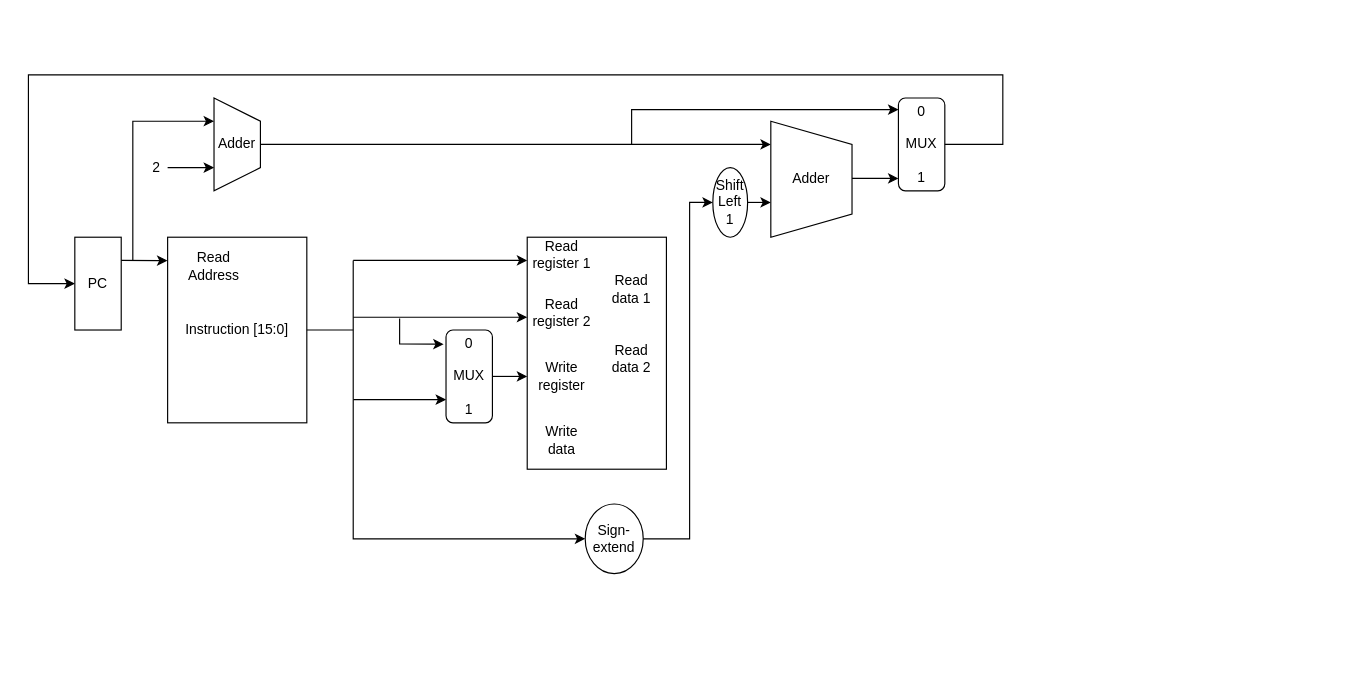
Above: WISC-SP22.drawio in joshmeiyb/draw.io (draw.io), before the change. Source tidied: cells renumbered, new cells numbered last; positions are measured from the earlier drawing's top-left corner, leaving out a move shared by most shapes. Both pictures are drawn from the tidied source at 116%, with x=0, y=0 at pixel (28, 74).
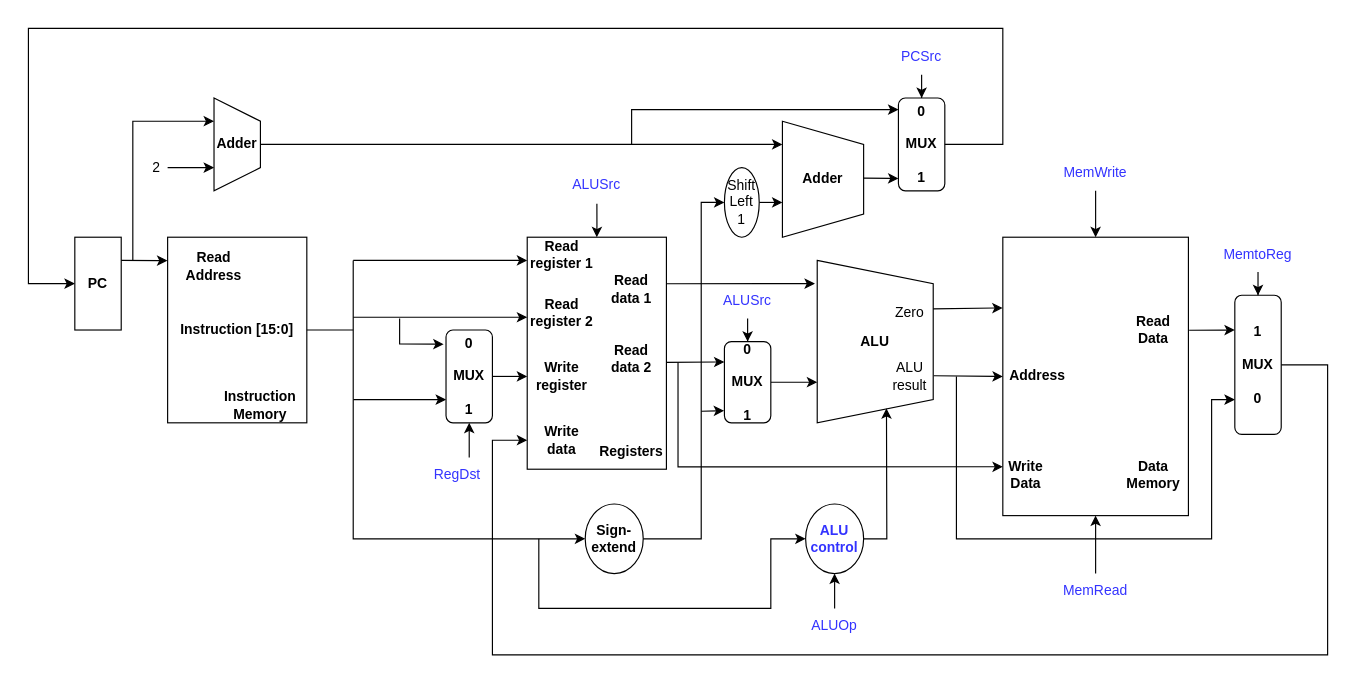
The same page after the edit.

What changed in the source:
```diff
@@
-    <mxCell id="2" value="PC" style="rounded=0;whiteSpace=wrap;html=1;" parent="1" vertex="1">
+    <mxCell id="2" value="&lt;b&gt;PC&lt;/b&gt;" style="rounded=0;whiteSpace=wrap;html=1;" parent="1" vertex="1">
       <mxGeometry x="40" y="140" width="40" height="80" as="geometry" />
     </mxCell>
-    <mxCell id="3" value="Instruction [15:0]" style="rounded=0;whiteSpace=wrap;html=1;" parent="1" vertex="1">
+    <mxCell id="3" value="&lt;b&gt;Instruction [15:0]&lt;/b&gt;" style="rounded=0;whiteSpace=wrap;html=1;" parent="1" vertex="1">
       <mxGeometry x="120" y="140" width="120" height="160" as="geometry" />
     </mxCell>
-    <mxCell id="4" value="Read Address" style="text;html=1;strokeColor=none;fillColor=none;align=center;verticalAlign=middle;whiteSpace=wrap;rounded=0;" parent="1" vertex="1">
+    <mxCell id="4" value="&lt;b&gt;Read Address&lt;/b&gt;" style="text;html=1;strokeColor=none;fillColor=none;align=center;verticalAlign=middle;whiteSpace=wrap;rounded=0;" parent="1" vertex="1">
       <mxGeometry x="130" y="150" width="60" height="30" as="geometry" />
     </mxCell>
@@
-    <mxCell id="6" value="Adder" style="shape=trapezoid;perimeter=trapezoidPerimeter;whiteSpace=wrap;html=1;fixedSize=1;direction=south;" parent="1" vertex="1">
+    <mxCell id="6" value="&lt;b&gt;Adder&lt;/b&gt;" style="shape=trapezoid;perimeter=trapezoidPerimeter;whiteSpace=wrap;html=1;fixedSize=1;direction=south;" parent="1" vertex="1">
       <mxGeometry x="160" y="20" width="40" height="80" as="geometry" />
     </mxCell>
@@
-    <mxCell id="9" style="endArrow=classic;html=1;rounded=0;exitX=0.5;exitY=0;exitDx=0;exitDy=0;" parent="1" edge="1" source="6">
-      <mxGeometry relative="1" as="geometry">
-        <mxPoint x="640" y="60" as="targetPoint" />
-      </mxGeometry>
+    <mxCell id="9" style="endArrow=classic;html=1;rounded=0;exitX=0.5;exitY=0;exitDx=0;exitDy=0;entryX=0.2;entryY=1;entryDx=0;entryDy=0;entryPerimeter=0;" parent="1" edge="1" source="6" target="10">
+      <mxGeometry relative="1" as="geometry" />
     </mxCell>
-    <mxCell id="10" value="Adder" style="shape=trapezoid;perimeter=trapezoidPerimeter;whiteSpace=wrap;html=1;fixedSize=1;direction=south;" parent="1" vertex="1">
-      <mxGeometry x="640" y="40" width="70" height="100" as="geometry" />
+    <mxCell id="10" value="&lt;b&gt;Adder&lt;/b&gt;" style="shape=trapezoid;perimeter=trapezoidPerimeter;whiteSpace=wrap;html=1;fixedSize=1;direction=south;" parent="1" vertex="1">
+      <mxGeometry x="650" y="40" width="70" height="100" as="geometry" />
     </mxCell>
-    <mxCell id="11" style="edgeStyle=orthogonalEdgeStyle;rounded=0;jettySize=auto;html=1;" parent="1" edge="1" source="12">
+    <mxCell id="11" style="edgeStyle=orthogonalEdgeStyle;rounded=0;jettySize=auto;html=1;entryX=0.7;entryY=1;entryDx=0;entryDy=0;entryPerimeter=0;" parent="1" edge="1" target="10">
       <mxGeometry relative="1" as="geometry">
-        <mxPoint x="640" y="110" as="targetPoint" />
-        <Array as="points">
-          <mxPoint x="640" y="110" />
-        </Array>
+        <mxPoint x="630" y="110" as="sourcePoint" />
       </mxGeometry>
     </mxCell>
     <mxCell id="12" value="Shift&lt;br&gt;Left 1" style="ellipse;whiteSpace=wrap;html=1;" parent="1" vertex="1">
-      <mxGeometry x="590" y="80" width="30" height="60" as="geometry" />
+      <mxGeometry x="600" y="80" width="30" height="60" as="geometry" />
     </mxCell>
@@
-    <mxCell id="15" value="0&lt;br&gt;&lt;br&gt;MUX&lt;br&gt;&lt;br&gt;1" style="rounded=1;whiteSpace=wrap;html=1;" parent="1" vertex="1">
+    <mxCell id="15" value="&lt;b&gt;0&lt;br&gt;&lt;br&gt;MUX&lt;br&gt;&lt;br&gt;1&lt;/b&gt;" style="rounded=1;whiteSpace=wrap;html=1;" parent="1" vertex="1">
       <mxGeometry x="360" y="220" width="40" height="80" as="geometry" />
     </mxCell>
-    <mxCell id="16" value="Read&lt;br&gt;register 1" style="text;html=1;strokeColor=none;fillColor=none;align=center;verticalAlign=middle;whiteSpace=wrap;rounded=0;" parent="1" vertex="1">
+    <mxCell id="16" value="&lt;b&gt;Read&lt;br&gt;register 1&lt;/b&gt;" style="text;html=1;strokeColor=none;fillColor=none;align=center;verticalAlign=middle;whiteSpace=wrap;rounded=0;" parent="1" vertex="1">
       <mxGeometry x="430" y="140" width="60" height="30" as="geometry" />
     </mxCell>
-    <mxCell id="17" value="Read&lt;br&gt;register 2" style="text;html=1;strokeColor=none;fillColor=none;align=center;verticalAlign=middle;whiteSpace=wrap;rounded=0;" parent="1" vertex="1">
+    <mxCell id="17" value="&lt;b&gt;Read&lt;br&gt;register 2&lt;/b&gt;" style="text;html=1;strokeColor=none;fillColor=none;align=center;verticalAlign=middle;whiteSpace=wrap;rounded=0;" parent="1" vertex="1">
       <mxGeometry x="430" y="190" width="60" height="30" as="geometry" />
     </mxCell>
-    <mxCell id="18" value="Write&lt;br&gt;register" style="text;html=1;strokeColor=none;fillColor=none;align=center;verticalAlign=middle;whiteSpace=wrap;rounded=0;" parent="1" vertex="1">
+    <mxCell id="18" value="&lt;b&gt;Write&lt;br&gt;register&lt;/b&gt;" style="text;html=1;strokeColor=none;fillColor=none;align=center;verticalAlign=middle;whiteSpace=wrap;rounded=0;" parent="1" vertex="1">
       <mxGeometry x="430" y="245" width="60" height="30" as="geometry" />
     </mxCell>
-    <mxCell id="19" value="Write&lt;br&gt;data" style="text;html=1;strokeColor=none;fillColor=none;align=center;verticalAlign=middle;whiteSpace=wrap;rounded=0;" parent="1" vertex="1">
+    <mxCell id="19" value="&lt;b&gt;Write&lt;br&gt;data&lt;/b&gt;" style="text;html=1;strokeColor=none;fillColor=none;align=center;verticalAlign=middle;whiteSpace=wrap;rounded=0;" parent="1" vertex="1">
       <mxGeometry x="430" y="300" width="60" height="30" as="geometry" />
     </mxCell>
-    <mxCell id="20" value="Read&lt;br&gt;data 1" style="text;html=1;strokeColor=none;fillColor=none;align=center;verticalAlign=middle;whiteSpace=wrap;rounded=0;" parent="1" vertex="1">
+    <mxCell id="20" value="&lt;b&gt;Read&lt;br&gt;data 1&lt;/b&gt;" style="text;html=1;strokeColor=none;fillColor=none;align=center;verticalAlign=middle;whiteSpace=wrap;rounded=0;" parent="1" vertex="1">
       <mxGeometry x="490" y="170" width="60" height="30" as="geometry" />
     </mxCell>
-    <mxCell id="21" value="Read&lt;br&gt;data 2" style="text;html=1;strokeColor=none;fillColor=none;align=center;verticalAlign=middle;whiteSpace=wrap;rounded=0;" parent="1" vertex="1">
+    <mxCell id="21" value="&lt;b&gt;Read&lt;br&gt;data 2&lt;/b&gt;" style="text;html=1;strokeColor=none;fillColor=none;align=center;verticalAlign=middle;whiteSpace=wrap;rounded=0;" parent="1" vertex="1">
       <mxGeometry x="490" y="230" width="60" height="30" as="geometry" />
     </mxCell>
@@
-    <mxCell id="27" value="0&lt;br&gt;&lt;br&gt;MUX&lt;br&gt;&lt;br&gt;1" style="rounded=1;whiteSpace=wrap;html=1;" parent="1" vertex="1">
+    <mxCell id="27" value="&lt;b&gt;0&lt;br&gt;&lt;br&gt;MUX&lt;br&gt;&lt;br&gt;1&lt;/b&gt;" style="rounded=1;whiteSpace=wrap;html=1;" parent="1" vertex="1">
       <mxGeometry x="750" y="20" width="40" height="80" as="geometry" />
     </mxCell>
     <mxCell id="28" style="endArrow=classic;html=1;rounded=0;entryX=0.75;entryY=1;entryDx=0;entryDy=0;" parent="1" edge="1">
       <mxGeometry relative="1" as="geometry">
-        <mxPoint x="710" y="89.3" as="sourcePoint" />
+        <mxPoint x="720" y="89" as="sourcePoint" />
         <mxPoint x="750" y="89.3" as="targetPoint" />
       </mxGeometry>
     </mxCell>
@@
     <mxCell id="30" style="endArrow=classic;html=1;rounded=0;entryX=0;entryY=0.5;entryDx=0;entryDy=0;exitX=1;exitY=0.5;exitDx=0;exitDy=0;" parent="1" edge="1" source="27" target="2">
       <mxGeometry relative="1" as="geometry">
         <Array as="points">
           <mxPoint x="840" y="60" />
-          <mxPoint x="840" />
-          <mxPoint />
+          <mxPoint x="840" y="-40" />
+          <mxPoint y="-40" />
           <mxPoint y="180" />
         </Array>
       </mxGeometry>
     </mxCell>
-    <mxCell id="31" value="Sign-extend" style="ellipse;whiteSpace=wrap;html=1;" parent="1" vertex="1">
+    <mxCell id="31" value="&lt;b&gt;Sign-extend&lt;/b&gt;" style="ellipse;whiteSpace=wrap;html=1;" parent="1" vertex="1">
       <mxGeometry x="480" y="370" width="50" height="60" as="geometry" />
     </mxCell>
@@
     <mxCell id="35" style="endArrow=classic;html=1;rounded=0;exitX=1;exitY=0.5;exitDx=0;exitDy=0;entryX=0;entryY=0.5;entryDx=0;entryDy=0;" parent="1" edge="1" source="31" target="12">
       <mxGeometry relative="1" as="geometry">
         <Array as="points">
-          <mxPoint x="570" y="400" />
-          <mxPoint x="570" y="260" />
-          <mxPoint x="570" y="110" />
+          <mxPoint x="580" y="400" />
+          <mxPoint x="580" y="260" />
+          <mxPoint x="580" y="110" />
         </Array>
       </mxGeometry>
     </mxCell>
+    <mxCell id="36" style="edgeStyle=orthogonalEdgeStyle;rounded=0;jettySize=auto;html=1;" parent="1" edge="1" source="37" target="38">
+      <mxGeometry relative="1" as="geometry">
+        <Array as="points">
+          <mxPoint x="670" y="265" />
+          <mxPoint x="670" y="265" />
+        </Array>
+      </mxGeometry>
+    </mxCell>
+    <mxCell id="37" value="&lt;b&gt;0&lt;br&gt;&lt;br&gt;MUX&lt;br&gt;&lt;br&gt;1&lt;/b&gt;" style="rounded=1;whiteSpace=wrap;html=1;" parent="1" vertex="1">
+      <mxGeometry x="600" y="230" width="40" height="70" as="geometry" />
+    </mxCell>
+    <mxCell id="38" value="&lt;b&gt;ALU&lt;/b&gt;" style="shape=trapezoid;perimeter=trapezoidPerimeter;whiteSpace=wrap;html=1;fixedSize=1;direction=south;" parent="1" vertex="1">
+      <mxGeometry x="680" y="160" width="100" height="140" as="geometry" />
+    </mxCell>
+    <mxCell id="39" style="endArrow=classic;html=1;rounded=0;exitX=1.006;exitY=0.303;exitDx=0;exitDy=0;exitPerimeter=0;" parent="1" edge="1">
+      <mxGeometry relative="1" as="geometry">
+        <mxPoint x="550.4" y="180.1" as="sourcePoint" />
+        <mxPoint x="678" y="180" as="targetPoint" />
+      </mxGeometry>
+    </mxCell>
+    <mxCell id="40" style="endArrow=classic;html=1;rounded=0;entryX=0;entryY=0.25;entryDx=0;entryDy=0;exitX=1.005;exitY=0.596;exitDx=0;exitDy=0;exitPerimeter=0;" parent="1" edge="1" source="21" target="37">
+      <mxGeometry relative="1" as="geometry" />
+    </mxCell>
+    <mxCell id="41" style="endArrow=classic;html=1;rounded=0;entryX=-0.007;entryY=0.851;entryDx=0;entryDy=0;entryPerimeter=0;" parent="1" edge="1" target="37">
+      <mxGeometry relative="1" as="geometry">
+        <mxPoint x="580" y="290" as="sourcePoint" />
+      </mxGeometry>
+    </mxCell>
+    <mxCell id="42" style="rounded=0;whiteSpace=wrap;html=1;" parent="1" vertex="1">
+      <mxGeometry x="840" y="140" width="160" height="240" as="geometry" />
+    </mxCell>
+    <mxCell id="43" style="endArrow=classic;html=1;rounded=0;entryX=0;entryY=0.5;entryDx=0;entryDy=0;exitX=0.71;exitY=-0.004;exitDx=0;exitDy=0;exitPerimeter=0;" parent="1" edge="1" source="38" target="42">
+      <mxGeometry relative="1" as="geometry" />
+    </mxCell>
+    <mxCell id="44" style="endArrow=classic;html=1;rounded=0;exitX=0.298;exitY=0.001;exitDx=0;exitDy=0;entryX=-0.001;entryY=0.254;entryDx=0;entryDy=0;exitPerimeter=0;entryPerimeter=0;" parent="1" edge="1" source="38" target="42">
+      <mxGeometry relative="1" as="geometry" />
+    </mxCell>
+    <mxCell id="45" style="endArrow=classic;html=1;rounded=0;entryX=0;entryY=0.833;entryDx=0;entryDy=0;entryPerimeter=0;" parent="1" edge="1">
+      <mxGeometry relative="1" as="geometry">
+        <mxPoint x="560" y="248" as="sourcePoint" />
+        <mxPoint x="840" y="337.9" as="targetPoint" />
+        <Array as="points">
+          <mxPoint x="560" y="338" />
+        </Array>
+      </mxGeometry>
+    </mxCell>
+    <mxCell id="46" value="&lt;b&gt;1&lt;br&gt;&lt;br&gt;MUX&lt;br&gt;&lt;br&gt;0&lt;/b&gt;" style="rounded=1;whiteSpace=wrap;html=1;" parent="1" vertex="1">
+      <mxGeometry x="1040" y="190" width="40" height="120" as="geometry" />
+    </mxCell>
+    <mxCell id="47" style="endArrow=classic;html=1;rounded=0;exitX=1.004;exitY=0.334;exitDx=0;exitDy=0;exitPerimeter=0;entryX=0;entryY=0.25;entryDx=0;entryDy=0;" parent="1" edge="1" source="42" target="46">
+      <mxGeometry relative="1" as="geometry" />
+    </mxCell>
+    <mxCell id="48" style="endArrow=classic;html=1;rounded=0;entryX=0;entryY=0.25;entryDx=0;entryDy=0;" parent="1" edge="1">
+      <mxGeometry relative="1" as="geometry">
+        <mxPoint x="800" y="260" as="sourcePoint" />
+        <mxPoint x="1040" y="280" as="targetPoint" />
+        <Array as="points">
+          <mxPoint x="800" y="400" />
+          <mxPoint x="1020" y="400" />
+          <mxPoint x="1020" y="280" />
+        </Array>
+      </mxGeometry>
+    </mxCell>
+    <mxCell id="49" value="&lt;font color=&quot;#3333ff&quot;&gt;&lt;b&gt;ALU&lt;br&gt;control&lt;/b&gt;&lt;/font&gt;" style="ellipse;whiteSpace=wrap;html=1;" parent="1" vertex="1">
+      <mxGeometry x="670" y="370" width="50" height="60" as="geometry" />
+    </mxCell>
+    <mxCell id="50" style="endArrow=classic;html=1;rounded=0;entryX=0;entryY=0.5;entryDx=0;entryDy=0;" parent="1" edge="1" target="49">
+      <mxGeometry relative="1" as="geometry">
+        <mxPoint x="440" y="400" as="sourcePoint" />
+        <Array as="points">
+          <mxPoint x="440" y="460" />
+          <mxPoint x="640" y="460" />
+          <mxPoint x="640" y="400" />
+        </Array>
+      </mxGeometry>
+    </mxCell>
+    <mxCell id="51" style="endArrow=classic;html=1;rounded=0;exitX=1;exitY=0.5;exitDx=0;exitDy=0;entryX=0.911;entryY=0.403;entryDx=0;entryDy=0;entryPerimeter=0;" parent="1" edge="1" source="49" target="38">
+      <mxGeometry relative="1" as="geometry">
+        <Array as="points">
+          <mxPoint x="740" y="400" />
+        </Array>
+      </mxGeometry>
+    </mxCell>
+    <mxCell id="52" style="edgeStyle=orthogonalEdgeStyle;rounded=0;jettySize=auto;html=1;" parent="1" edge="1" source="53" target="49">
+      <mxGeometry relative="1" as="geometry">
+        <Array as="points">
+          <mxPoint x="695" y="450" />
+          <mxPoint x="695" y="450" />
+        </Array>
+      </mxGeometry>
+    </mxCell>
+    <mxCell id="53" value="&lt;font color=&quot;#3333ff&quot;&gt;ALUOp&lt;/font&gt;" style="text;html=1;strokeColor=none;fillColor=none;align=center;verticalAlign=middle;whiteSpace=wrap;rounded=0;" parent="1" vertex="1">
+      <mxGeometry x="665" y="460" width="60" height="30" as="geometry" />
+    </mxCell>
+    <mxCell id="54" value="&lt;b&gt;Registers&lt;/b&gt;" style="text;html=1;strokeColor=none;fillColor=none;align=center;verticalAlign=middle;whiteSpace=wrap;rounded=0;" parent="1" vertex="1">
+      <mxGeometry x="490" y="310" width="60" height="30" as="geometry" />
+    </mxCell>
+    <mxCell id="55" style="edgeStyle=orthogonalEdgeStyle;rounded=0;jettySize=auto;html=1;" parent="1" edge="1" source="56" target="37">
+      <mxGeometry relative="1" as="geometry" />
+    </mxCell>
+    <mxCell id="56" value="&lt;font color=&quot;#3333ff&quot;&gt;ALUSrc&lt;/font&gt;" style="text;html=1;strokeColor=none;fillColor=none;align=center;verticalAlign=middle;whiteSpace=wrap;rounded=0;" parent="1" vertex="1">
+      <mxGeometry x="590" y="180" width="60" height="30" as="geometry" />
+    </mxCell>
+    <mxCell id="57" style="edgeStyle=orthogonalEdgeStyle;rounded=0;jettySize=auto;html=1;entryX=1;entryY=0;entryDx=0;entryDy=0;exitX=0.501;exitY=1.037;exitDx=0;exitDy=0;exitPerimeter=0;" parent="1" edge="1" source="58" target="16">
+      <mxGeometry relative="1" as="geometry">
+        <Array as="points">
+          <mxPoint x="490" y="130" />
+          <mxPoint x="490" y="140" />
+        </Array>
+      </mxGeometry>
+    </mxCell>
+    <mxCell id="58" value="&lt;font color=&quot;#3333ff&quot;&gt;ALUSrc&lt;/font&gt;" style="text;html=1;strokeColor=none;fillColor=none;align=center;verticalAlign=middle;whiteSpace=wrap;rounded=0;" parent="1" vertex="1">
+      <mxGeometry x="460" y="80" width="60" height="30" as="geometry" />
+    </mxCell>
+    <mxCell id="59" style="edgeStyle=orthogonalEdgeStyle;rounded=0;jettySize=auto;html=1;" parent="1" edge="1" source="60" target="15">
+      <mxGeometry relative="1" as="geometry">
+        <Array as="points">
+          <mxPoint x="380" y="320" />
+          <mxPoint x="380" y="320" />
+        </Array>
+      </mxGeometry>
+    </mxCell>
+    <mxCell id="60" value="&lt;font color=&quot;#3333ff&quot;&gt;RegDst&lt;/font&gt;" style="text;html=1;strokeColor=none;fillColor=none;align=center;verticalAlign=middle;whiteSpace=wrap;rounded=0;" parent="1" vertex="1">
+      <mxGeometry x="340" y="330" width="60" height="30" as="geometry" />
+    </mxCell>
+    <mxCell id="61" style="edgeStyle=orthogonalEdgeStyle;rounded=0;jettySize=auto;html=1;fontColor=#3333FF;" parent="1" edge="1" source="62" target="27">
+      <mxGeometry relative="1" as="geometry" />
+    </mxCell>
+    <mxCell id="62" value="&lt;font color=&quot;#3333ff&quot;&gt;PCSrc&lt;/font&gt;" style="text;html=1;strokeColor=none;fillColor=none;align=center;verticalAlign=middle;whiteSpace=wrap;rounded=0;" parent="1" vertex="1">
+      <mxGeometry x="740" y="-30" width="60" height="30" as="geometry" />
+    </mxCell>
+    <mxCell id="63" style="edgeStyle=orthogonalEdgeStyle;rounded=0;jettySize=auto;html=1;fontColor=#3333FF;" parent="1" edge="1" source="64" target="42">
+      <mxGeometry relative="1" as="geometry" />
+    </mxCell>
+    <mxCell id="64" value="&lt;font color=&quot;#3333ff&quot;&gt;MemWrite&lt;/font&gt;" style="text;html=1;strokeColor=none;fillColor=none;align=center;verticalAlign=middle;whiteSpace=wrap;rounded=0;" parent="1" vertex="1">
+      <mxGeometry x="890" y="70" width="60" height="30" as="geometry" />
+    </mxCell>
+    <mxCell id="65" style="edgeStyle=orthogonalEdgeStyle;rounded=0;jettySize=auto;html=1;fontColor=#3333FF;" parent="1" edge="1" source="66" target="46">
+      <mxGeometry relative="1" as="geometry" />
+    </mxCell>
+    <mxCell id="66" value="&lt;font color=&quot;#3333ff&quot;&gt;MemtoReg&lt;/font&gt;" style="text;html=1;strokeColor=none;fillColor=none;align=center;verticalAlign=middle;whiteSpace=wrap;rounded=0;" parent="1" vertex="1">
+      <mxGeometry x="1030" y="140" width="60" height="30" as="geometry" />
+    </mxCell>
+    <mxCell id="67" style="edgeStyle=orthogonalEdgeStyle;rounded=0;jettySize=auto;html=1;fontColor=#3333FF;" parent="1" edge="1" source="68" target="42">
+      <mxGeometry relative="1" as="geometry" />
+    </mxCell>
+    <mxCell id="68" value="&lt;font color=&quot;#3333ff&quot;&gt;MemRead&lt;/font&gt;" style="text;html=1;strokeColor=none;fillColor=none;align=center;verticalAlign=middle;whiteSpace=wrap;rounded=0;" parent="1" vertex="1">
+      <mxGeometry x="890" y="430" width="60" height="30" as="geometry" />
+    </mxCell>
+    <mxCell id="69" style="endArrow=classic;html=1;rounded=0;fontColor=#3333FF;entryX=0;entryY=0.5;entryDx=0;entryDy=0;exitX=1;exitY=0.5;exitDx=0;exitDy=0;" parent="1" edge="1" source="46" target="19">
+      <mxGeometry relative="1" as="geometry">
+        <Array as="points">
+          <mxPoint x="1120" y="250" />
+          <mxPoint x="1120" y="500" />
+          <mxPoint x="760" y="500" />
+          <mxPoint x="400" y="500" />
+          <mxPoint x="400" y="315" />
+        </Array>
+      </mxGeometry>
+    </mxCell>
+    <mxCell id="70" value="&lt;font color=&quot;#000000&quot;&gt;Zero&lt;br&gt;&lt;/font&gt;" style="text;html=1;strokeColor=none;fillColor=none;align=center;verticalAlign=middle;whiteSpace=wrap;rounded=0;fontColor=#3333FF;" parent="1" vertex="1">
+      <mxGeometry x="730" y="190" width="60" height="30" as="geometry" />
+    </mxCell>
+    <mxCell id="71" value="&lt;font color=&quot;#000000&quot;&gt;ALU&lt;br&gt;result&lt;br&gt;&lt;/font&gt;" style="text;html=1;strokeColor=none;fillColor=none;align=center;verticalAlign=middle;whiteSpace=wrap;rounded=0;fontColor=#3333FF;" parent="1" vertex="1">
+      <mxGeometry x="730" y="245" width="60" height="30" as="geometry" />
+    </mxCell>
+    <mxCell id="72" value="&lt;font color=&quot;#000000&quot;&gt;&lt;b&gt;Address&lt;/b&gt;&lt;br&gt;&lt;/font&gt;" style="text;html=1;strokeColor=none;fillColor=none;align=center;verticalAlign=middle;whiteSpace=wrap;rounded=0;fontColor=#3333FF;" parent="1" vertex="1">
+      <mxGeometry x="840" y="245" width="60" height="30" as="geometry" />
+    </mxCell>
+    <mxCell id="73" value="&lt;b&gt;Data&lt;br&gt;Memory&lt;/b&gt;" style="text;html=1;strokeColor=none;fillColor=none;align=center;verticalAlign=middle;whiteSpace=wrap;rounded=0;fontColor=#000000;" parent="1" vertex="1">
+      <mxGeometry x="940" y="330" width="60" height="30" as="geometry" />
+    </mxCell>
+    <mxCell id="74" value="&lt;b&gt;Instruction&lt;br&gt;Memory&lt;/b&gt;" style="text;html=1;strokeColor=none;fillColor=none;align=center;verticalAlign=middle;whiteSpace=wrap;rounded=0;fontColor=#000000;" parent="1" vertex="1">
+      <mxGeometry x="170" y="270" width="60" height="30" as="geometry" />
+    </mxCell>
+    <mxCell id="75" value="&lt;font color=&quot;#000000&quot;&gt;&lt;b&gt;Read&lt;br&gt;Data&lt;/b&gt;&lt;br&gt;&lt;/font&gt;" style="text;html=1;strokeColor=none;fillColor=none;align=center;verticalAlign=middle;whiteSpace=wrap;rounded=0;fontColor=#3333FF;" parent="1" vertex="1">
+      <mxGeometry x="940" y="205" width="60" height="30" as="geometry" />
+    </mxCell>
+    <mxCell id="76" value="&lt;font color=&quot;#000000&quot;&gt;&lt;b&gt;Write&lt;br&gt;Data&lt;/b&gt;&lt;br&gt;&lt;/font&gt;" style="text;html=1;strokeColor=none;fillColor=none;align=center;verticalAlign=middle;whiteSpace=wrap;rounded=0;fontColor=#3333FF;" parent="1" vertex="1">
+      <mxGeometry x="830" y="330" width="60" height="30" as="geometry" />
+    </mxCell>
```
